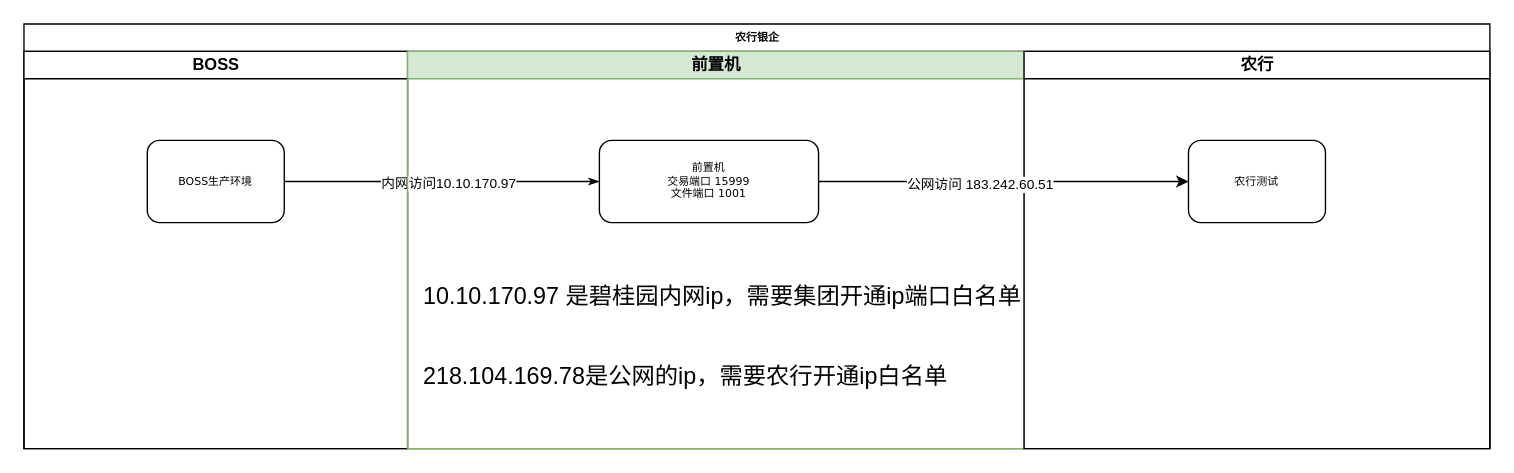
Before: 农行测试.drawio in GitbookIO/gitbook, a draw.io diagram. Source tidied: cells renumbered, new cells numbered last; positions are measured from the earlier drawing's top-left corner, leaving out a move shared by most shapes. Both pictures are drawn from the tidied source at 137%, with x=0, y=0 at pixel (23, 23).
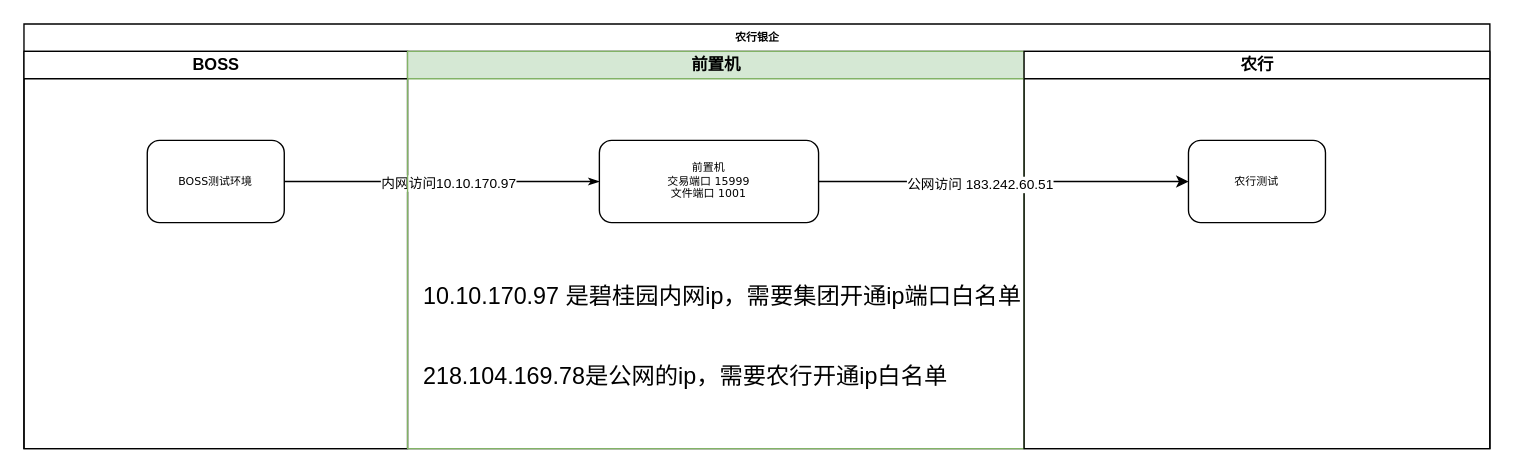
The same diagram, later.

Commit message (it also covers changes not shown here):
更新农行测试.drawio

What changed in the source:
```diff
@@
 <mxGraphModel>
   <root>
     <mxCell id="0" />
     <mxCell id="1" parent="0" />
     <mxCell id="2" value="农行银企" style="swimlane;html=1;startSize=20;rounded=0;shadow=0;labelBackgroundColor=none;strokeWidth=1;fontFamily=Verdana;fontSize=8;align=center;" parent="1" vertex="1">
       <mxGeometry width="1070" height="310" as="geometry" />
     </mxCell>
     <mxCell id="3" value="BOSS" style="swimlane;html=1;startSize=20;" parent="2" vertex="1">
       <mxGeometry y="20" width="280" height="290" as="geometry" />
     </mxCell>
-    <mxCell id="4" value="BOSS生产环境" style="rounded=1;whiteSpace=wrap;html=1;shadow=0;labelBackgroundColor=none;strokeWidth=1;fontFamily=Verdana;fontSize=8;align=center;" parent="3" vertex="1">
+    <mxCell id="4" value="BOSS测试环境" style="rounded=1;whiteSpace=wrap;html=1;shadow=0;labelBackgroundColor=none;strokeWidth=1;fontFamily=Verdana;fontSize=8;align=center;" parent="3" vertex="1">
       <mxGeometry x="90" y="65" width="100" height="60" as="geometry" />
     </mxCell>
     <mxCell id="5" style="edgeStyle=orthogonalEdgeStyle;rounded=1;html=1;labelBackgroundColor=none;startArrow=none;startFill=0;startSize=5;endArrow=classicThin;endFill=1;endSize=5;jettySize=auto;strokeWidth=1;fontFamily=Verdana;fontSize=8;" parent="2" edge="1" source="4" target="8">
       <mxGeometry relative="1" as="geometry" />
     </mxCell>
     <mxCell id="6" value="内网访问10.10.170.97" style="edgeLabel;html=1;align=center;verticalAlign=middle;fontSize=10;" parent="5" vertex="1">
       <mxGeometry x="0.18" y="1" relative="1" as="geometry">
         <mxPoint x="-17" y="1" as="offset" />
       </mxGeometry>
     </mxCell>
     <mxCell id="7" value="前置机" style="swimlane;html=1;startSize=20;fillColor=#d5e8d4;strokeColor=#82b366;" parent="2" vertex="1">
       <mxGeometry x="280" y="20" width="450" height="290" as="geometry" />
     </mxCell>
     <mxCell id="8" value="前置机&lt;br&gt;交易端口 15999&lt;br&gt;文件端口 1001" style="rounded=1;whiteSpace=wrap;html=1;shadow=0;labelBackgroundColor=none;strokeWidth=1;fontFamily=Verdana;fontSize=8;align=center;" parent="7" vertex="1">
       <mxGeometry x="140" y="65" width="160" height="60" as="geometry" />
     </mxCell>
     <mxCell id="9" value="&lt;h1 style=&quot;&quot;&gt;&lt;span style=&quot;font-weight: normal; font-size: 17px;&quot;&gt;10.10.170.97 是碧桂园内网ip，需要集团开通ip端口白名单&lt;/span&gt;&lt;/h1&gt;&lt;br&gt;&lt;div&gt;&lt;br&gt;&lt;/div&gt;&lt;span style=&quot;font-size: 17px;&quot;&gt;&lt;div style=&quot;text-align: left;&quot;&gt;&lt;span style=&quot;background-color: initial;&quot;&gt;218.104.169.78是&lt;/span&gt;&lt;span style=&quot;background-color: initial;&quot;&gt;公网的ip，需要农行开通ip白名单&lt;/span&gt;&lt;/div&gt;&lt;/span&gt;" style="text;html=1;strokeColor=none;fillColor=none;align=center;verticalAlign=middle;whiteSpace=wrap;rounded=0;fontSize=10;" parent="7" vertex="1">
       <mxGeometry x="10" y="160" width="440" height="80" as="geometry" />
     </mxCell>
     <mxCell id="10" value="农行" style="swimlane;html=1;startSize=20;" parent="2" vertex="1">
       <mxGeometry x="730" y="20" width="340" height="290" as="geometry" />
     </mxCell>
     <mxCell id="11" value="农行测试" style="rounded=1;whiteSpace=wrap;html=1;shadow=0;labelBackgroundColor=none;strokeWidth=1;fontFamily=Verdana;fontSize=8;align=center;" parent="10" vertex="1">
       <mxGeometry x="120" y="65" width="100" height="60" as="geometry" />
     </mxCell>
     <mxCell id="12" style="endArrow=classic;html=1;rounded=0;fontSize=10;entryX=0;entryY=0.5;entryDx=0;entryDy=0;exitX=1;exitY=0.5;exitDx=0;exitDy=0;" parent="2" edge="1" source="8" target="11">
       <mxGeometry relative="1" as="geometry" />
     </mxCell>
     <mxCell id="13" value="公网访问 183.242.60.51" style="edgeLabel;html=1;align=center;verticalAlign=middle;fontSize=10;" parent="12" vertex="1">
       <mxGeometry x="-0.13" y="-1" relative="1" as="geometry" />
     </mxCell>
   </root>
 </mxGraphModel>
```
